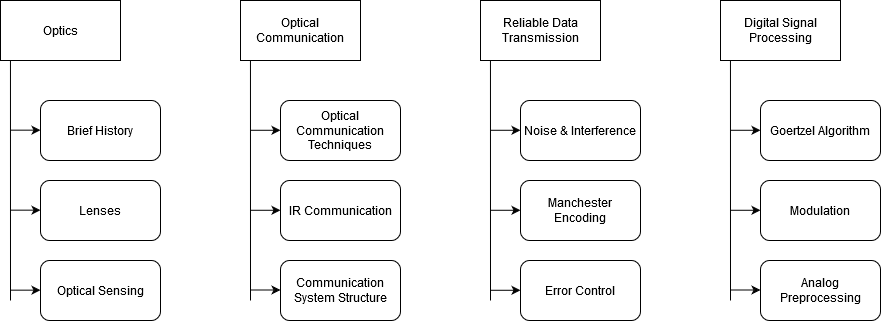
Before: figures/litreview/litreview_overview.png, a diagram exported from draw.io (wylieza/thesis). Source tidied: cells renumbered, new cells last; positions are measured from the earlier drawing's top-left corner, leaving out a move shared by most shapes.
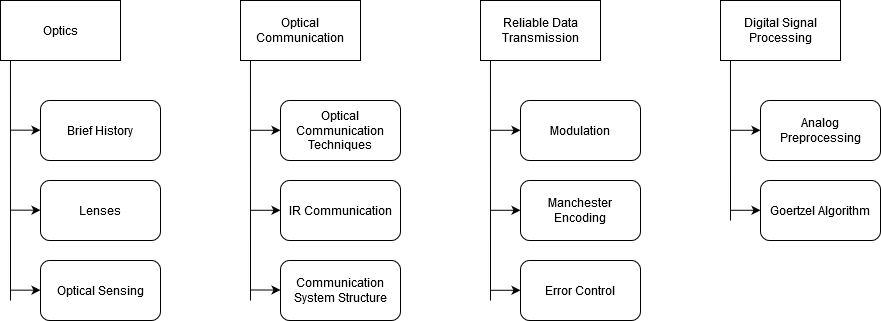
Later version of the same file.

Commit message:
restructuring of lit

Diff of the diagram source:
```diff
@@ -26,11 +26,8 @@
     <mxCell id="9" value="IR Communication" style="rounded=1;whiteSpace=wrap;html=1;" parent="1" vertex="1">
       <mxGeometry x="280" y="180" width="120" height="60" as="geometry" />
     </mxCell>
-    <mxCell id="10" value="Noise &amp;amp; Interference" style="rounded=1;whiteSpace=wrap;html=1;" parent="1" vertex="1">
-      <mxGeometry x="520" y="100" width="120" height="60" as="geometry" />
-    </mxCell>
     <mxCell id="11" value="Modulation" style="rounded=1;whiteSpace=wrap;html=1;" parent="1" vertex="1">
-      <mxGeometry x="760" y="180" width="120" height="60" as="geometry" />
+      <mxGeometry x="520" y="100" width="120" height="60" as="geometry" />
     </mxCell>
     <mxCell id="12" value="Manchester Encoding" style="rounded=1;whiteSpace=wrap;html=1;" parent="1" vertex="1">
       <mxGeometry x="520" y="180" width="120" height="60" as="geometry" />
@@ -39,7 +36,7 @@
       <mxGeometry x="520" y="260" width="120" height="60" as="geometry" />
     </mxCell>
     <mxCell id="14" value="Goertzel Algorithm" style="rounded=1;whiteSpace=wrap;html=1;" parent="1" vertex="1">
-      <mxGeometry x="760" y="100" width="120" height="60" as="geometry" />
+      <mxGeometry x="760" y="180" width="120" height="60" as="geometry" />
     </mxCell>
     <mxCell id="15" style="endArrow=none;html=1;entryX=0.083;entryY=0.998;entryDx=0;entryDy=0;entryPerimeter=0;" parent="1" edge="1" target="2">
       <mxGeometry relative="1" as="geometry">
@@ -96,7 +93,7 @@
     </mxCell>
     <mxCell id="24" style="endArrow=none;html=1;entryX=0.083;entryY=0.998;entryDx=0;entryDy=0;entryPerimeter=0;" parent="1" edge="1">
       <mxGeometry relative="1" as="geometry">
-        <mxPoint x="730" y="300" as="sourcePoint" />
+        <mxPoint x="730" y="220" as="sourcePoint" />
         <mxPoint x="730" y="60" as="targetPoint" />
       </mxGeometry>
     </mxCell>
@@ -134,16 +131,10 @@
       <mxGeometry x="40" y="260" width="120" height="60" as="geometry" />
     </mxCell>
     <mxCell id="31" value="&lt;div&gt;Analog&lt;/div&gt;&lt;div&gt;Preprocessing&lt;/div&gt;" style="rounded=1;whiteSpace=wrap;html=1;" parent="1" vertex="1">
-      <mxGeometry x="760" y="260" width="120" height="60" as="geometry" />
+      <mxGeometry x="760" y="100" width="120" height="60" as="geometry" />
     </mxCell>
     <mxCell id="32" value="Communication System Structure" style="rounded=1;whiteSpace=wrap;html=1;" parent="1" vertex="1">
       <mxGeometry x="280" y="260" width="120" height="60" as="geometry" />
     </mxCell>
-    <mxCell id="33" style="endArrow=classic;html=1;entryX=0;entryY=0.5;entryDx=0;entryDy=0;" parent="1" edge="1">
-      <mxGeometry relative="1" as="geometry">
-        <mxPoint x="730" y="289.5" as="sourcePoint" />
-        <mxPoint x="760" y="289.5" as="targetPoint" />
-      </mxGeometry>
-    </mxCell>
   </root>
 </mxGraphModel>
```
